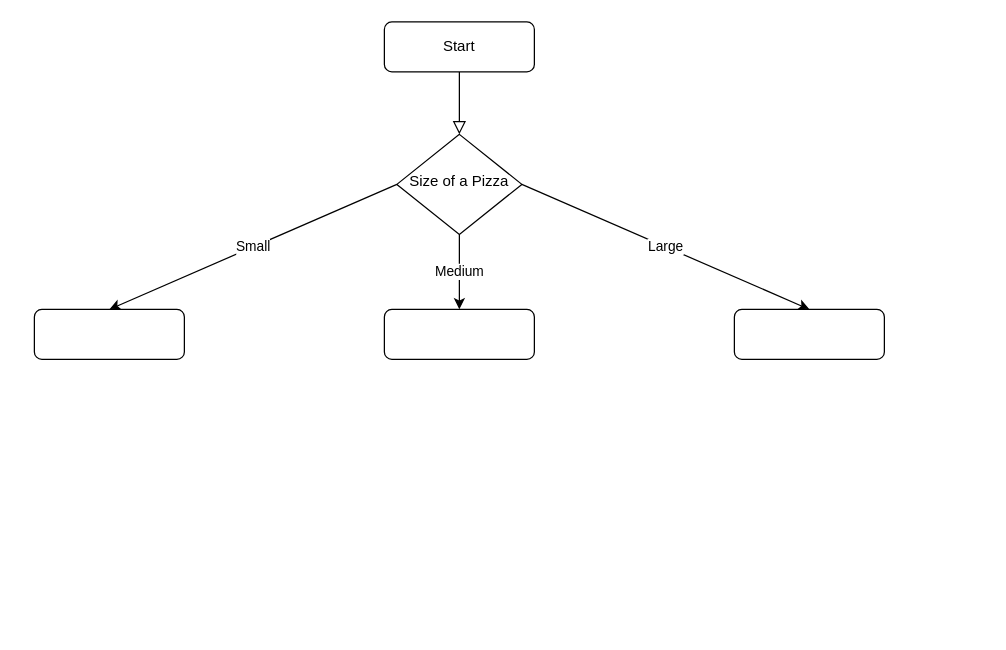
BrianShin86/UdemyPython_AppBrewery keeps this draw.io diagram as Untitled Diagram.drawio. Above is the earlier version. Source tidied: cells renumbered, new cells numbered last; positions are measured from the earlier drawing's top-left corner, leaving out a move shared by most shapes. Both pictures are drawn from the tidied source at 125%, with x=0, y=0 at pixel (34, 21).
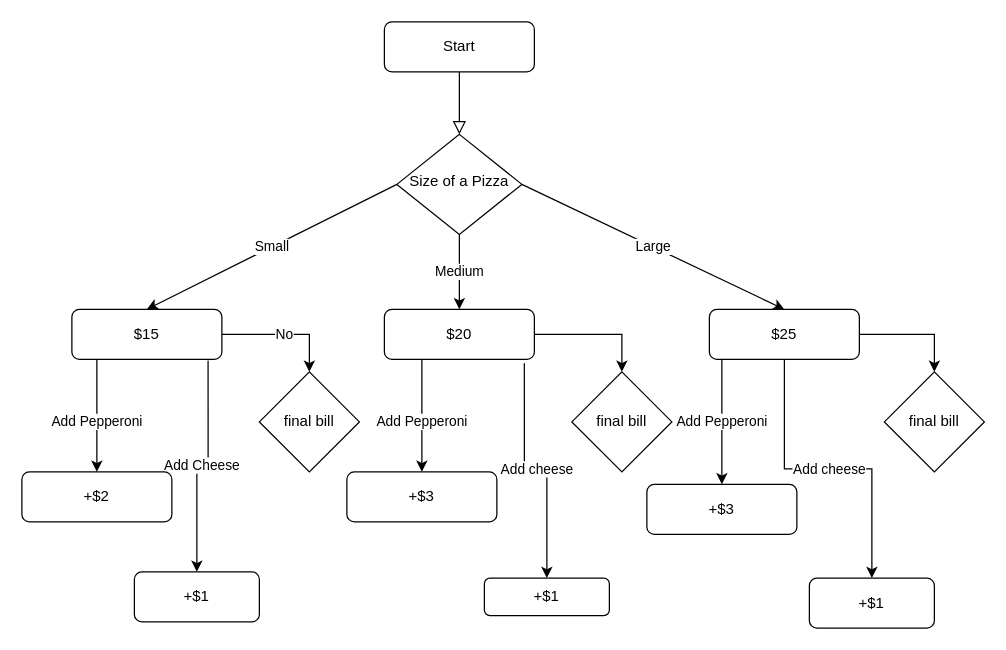
Above is the later version.

What changed in the source:
```diff
@@
+    <mxCell id="11" value="Add Pepperoni" style="edgeStyle=orthogonalEdgeStyle;rounded=0;jettySize=auto;html=1;entryX=0.5;entryY=0;entryDx=0;entryDy=0;" parent="1" edge="1" source="5" target="22">
+      <mxGeometry relative="1" as="geometry">
+        <Array as="points">
+          <mxPoint x="550" y="290" />
+          <mxPoint x="550" y="290" />
+        </Array>
+      </mxGeometry>
+    </mxCell>
+    <mxCell id="12" style="edgeStyle=orthogonalEdgeStyle;rounded=0;jettySize=auto;html=1;exitX=1;exitY=0.5;exitDx=0;exitDy=0;" parent="1" edge="1" source="5" target="25">
+      <mxGeometry relative="1" as="geometry" />
+    </mxCell>
+    <mxCell id="13" value="Add cheese" style="edgeStyle=orthogonalEdgeStyle;rounded=0;jettySize=auto;html=1;" parent="1" edge="1" source="5" target="28">
+      <mxGeometry relative="1" as="geometry" />
+    </mxCell>
-    <mxCell id="5" style="rounded=1;whiteSpace=wrap;html=1;fontSize=12;glass=0;strokeWidth=1;shadow=0;" parent="1" vertex="1">
-      <mxGeometry x="560" y="230" width="120" height="40" as="geometry" />
+    <mxCell id="5" value="$25" style="rounded=1;whiteSpace=wrap;html=1;fontSize=12;glass=0;strokeWidth=1;shadow=0;" parent="1" vertex="1">
+      <mxGeometry x="540" y="230" width="120" height="40" as="geometry" />
     </mxCell>
+    <mxCell id="14" value="Add Pepperoni" style="edgeStyle=orthogonalEdgeStyle;rounded=0;jettySize=auto;html=1;exitX=0.5;exitY=1;exitDx=0;exitDy=0;entryX=0.5;entryY=0;entryDx=0;entryDy=0;" parent="1" edge="1" source="6" target="21">
+      <mxGeometry x="0.33" relative="1" as="geometry">
+        <Array as="points">
+          <mxPoint x="310" y="270" />
+        </Array>
+      </mxGeometry>
+    </mxCell>
+    <mxCell id="15" style="edgeStyle=orthogonalEdgeStyle;rounded=0;jettySize=auto;html=1;exitX=1;exitY=0.5;exitDx=0;exitDy=0;" parent="1" edge="1" source="6" target="24">
+      <mxGeometry relative="1" as="geometry" />
+    </mxCell>
+    <mxCell id="16" value="Add cheese" style="edgeStyle=orthogonalEdgeStyle;rounded=0;jettySize=auto;html=1;exitX=0.933;exitY=1.075;exitDx=0;exitDy=0;exitPerimeter=0;" parent="1" edge="1" source="6" target="27">
+      <mxGeometry relative="1" as="geometry" />
+    </mxCell>
-    <mxCell id="6" style="rounded=1;whiteSpace=wrap;html=1;" parent="1" vertex="1">
+    <mxCell id="6" value="$20" style="rounded=1;whiteSpace=wrap;html=1;" parent="1" vertex="1">
       <mxGeometry x="280" y="230" width="120" height="40" as="geometry" />
     </mxCell>
+    <mxCell id="17" value="Add Pepperoni" style="edgeStyle=orthogonalEdgeStyle;rounded=0;jettySize=auto;html=1;exitX=0.5;exitY=1;exitDx=0;exitDy=0;" parent="1" edge="1" source="7" target="20">
+      <mxGeometry x="0.38" relative="1" as="geometry">
+        <Array as="points">
+          <mxPoint x="50" y="270" />
+        </Array>
+      </mxGeometry>
+    </mxCell>
+    <mxCell id="18" value="No" style="edgeStyle=orthogonalEdgeStyle;rounded=0;jettySize=auto;html=1;exitX=1;exitY=0.5;exitDx=0;exitDy=0;" parent="1" edge="1" source="7" target="23">
+      <mxGeometry relative="1" as="geometry" />
+    </mxCell>
+    <mxCell id="19" value="Add Cheese" style="edgeStyle=orthogonalEdgeStyle;rounded=0;jettySize=auto;html=1;exitX=0.908;exitY=1.025;exitDx=0;exitDy=0;exitPerimeter=0;" parent="1" edge="1" source="7" target="26">
+      <mxGeometry relative="1" as="geometry" />
+    </mxCell>
-    <mxCell id="7" style="rounded=1;whiteSpace=wrap;html=1;" parent="1" vertex="1">
-      <mxGeometry y="230" width="120" height="40" as="geometry" />
+    <mxCell id="7" value="$15" style="rounded=1;whiteSpace=wrap;html=1;" parent="1" vertex="1">
+      <mxGeometry x="30" y="230" width="120" height="40" as="geometry" />
     </mxCell>
@@
+    <mxCell id="20" value="+$2" style="rounded=1;whiteSpace=wrap;html=1;" parent="1" vertex="1">
+      <mxGeometry x="-10" y="360" width="120" height="40" as="geometry" />
+    </mxCell>
+    <mxCell id="21" value="+$3" style="rounded=1;whiteSpace=wrap;html=1;" parent="1" vertex="1">
+      <mxGeometry x="250" y="360" width="120" height="40" as="geometry" />
+    </mxCell>
+    <mxCell id="22" value="+$3" style="rounded=1;whiteSpace=wrap;html=1;" parent="1" vertex="1">
+      <mxGeometry x="490" y="370" width="120" height="40" as="geometry" />
+    </mxCell>
+    <mxCell id="23" value="final bill" style="rhombus;whiteSpace=wrap;html=1;" parent="1" vertex="1">
+      <mxGeometry x="180" y="280" width="80" height="80" as="geometry" />
+    </mxCell>
+    <mxCell id="24" value="final bill" style="rhombus;whiteSpace=wrap;html=1;" parent="1" vertex="1">
+      <mxGeometry x="430" y="280" width="80" height="80" as="geometry" />
+    </mxCell>
+    <mxCell id="25" value="final bill" style="rhombus;whiteSpace=wrap;html=1;" parent="1" vertex="1">
+      <mxGeometry x="680" y="280" width="80" height="80" as="geometry" />
+    </mxCell>
+    <mxCell id="26" value="+$1" style="rounded=1;whiteSpace=wrap;html=1;" parent="1" vertex="1">
+      <mxGeometry x="80" y="440" width="100" height="40" as="geometry" />
+    </mxCell>
+    <mxCell id="27" value="+$1" style="rounded=1;whiteSpace=wrap;html=1;" parent="1" vertex="1">
+      <mxGeometry x="360" y="445" width="100" height="30" as="geometry" />
+    </mxCell>
+    <mxCell id="28" value="+$1" style="rounded=1;whiteSpace=wrap;html=1;" parent="1" vertex="1">
+      <mxGeometry x="620" y="445" width="100" height="40" as="geometry" />
+    </mxCell>
```
